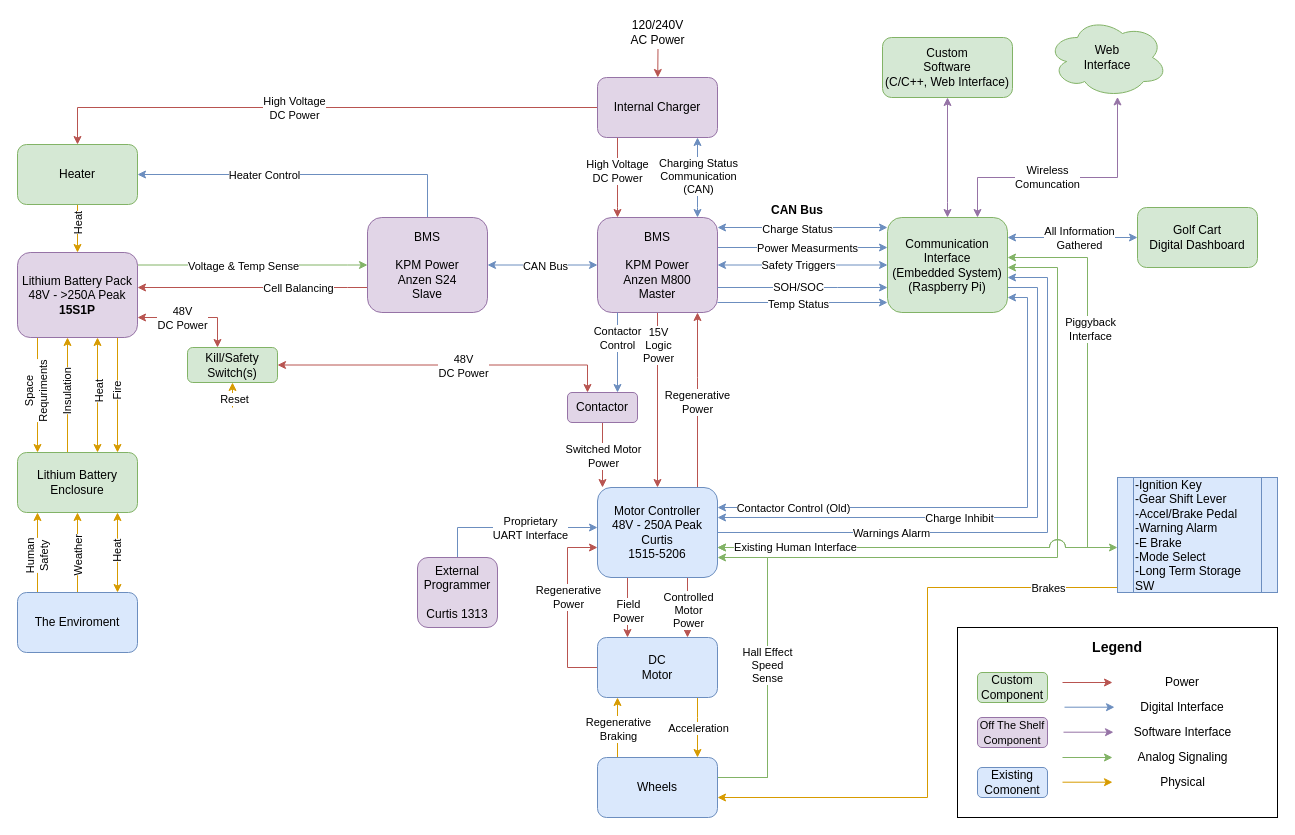
This is Diagrams/FSD v1.1.drawio from khallman97/ENG4000, a draw.io file, before an edit. Source tidied: cells renumbered, new cells numbered last; positions are measured from the earlier drawing's top-left corner, leaving out a move shared by most shapes. Both pictures are drawn from the tidied source at 100%, with x=0, y=0 at pixel (17, 17).
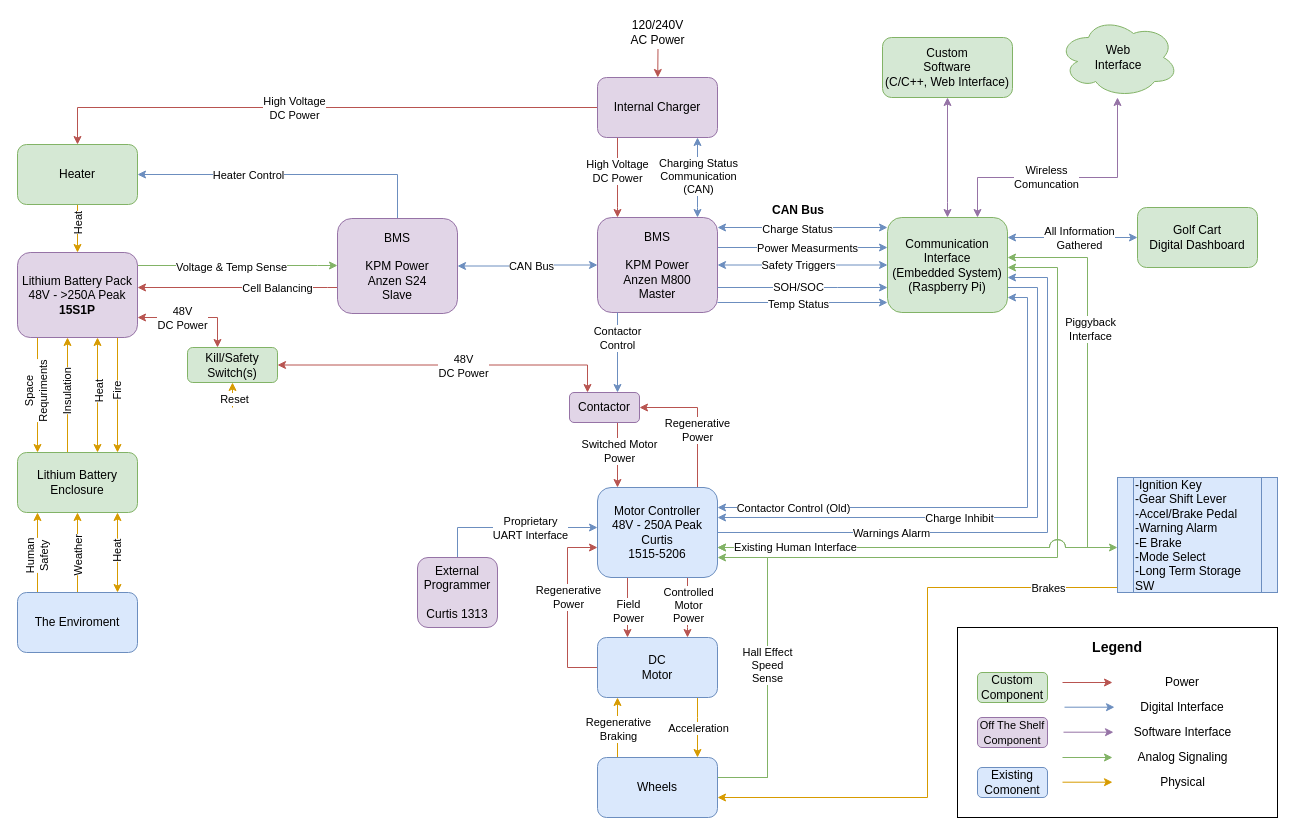
The same page after the edit.

The change refers to these unchanged cells:
```xml
<mxCell id="15" value="&lt;div&gt;Lithium Battery Pack&lt;/div&gt;&lt;div&gt;48V - &amp;gt;250A Peak&lt;/div&gt;&lt;div&gt;&lt;b&gt;15S1P&lt;/b&gt;&lt;br&gt;&lt;/div&gt;" style="rounded=1;whiteSpace=wrap;html=1;fillColor=#e1d5e7;strokeColor=#9673a6;" parent="1" vertex="1">
  <mxGeometry y="235" width="120" height="85" as="geometry" />
</mxCell>
<mxCell id="28" value="&lt;div&gt;BMS&lt;/div&gt;&lt;div&gt;&lt;br&gt;&lt;/div&gt;&lt;div&gt;KPM Power&lt;br&gt;&lt;/div&gt;&lt;div&gt;Anzen M800&lt;/div&gt;&lt;div&gt;Master&lt;br&gt;&lt;/div&gt;" style="rounded=1;whiteSpace=wrap;html=1;fillColor=#e1d5e7;strokeColor=#9673a6;" parent="1" vertex="1">
  <mxGeometry x="580" y="200" width="120" height="95" as="geometry" />
</mxCell>
<mxCell id="53" style="edgeStyle=orthogonalEdgeStyle;rounded=0;jettySize=auto;html=1;startArrow=none;startFill=0;endArrow=classic;endFill=1;fillColor=#f8cecc;strokeColor=#b85450;" parent="1" edge="1" source="63" target="70">
  <mxGeometry relative="1" as="geometry">
    <Array as="points">
      <mxPoint x="670" y="610" />
      <mxPoint x="670" y="610" />
    </Array>
  </mxGeometry>
</mxCell>
<mxCell id="63" value="&lt;div&gt;Motor Controller&lt;/div&gt;&lt;div&gt;48V - 250A Peak&lt;br&gt;&lt;/div&gt;&lt;div&gt;Curtis&lt;/div&gt;&lt;div&gt;1515-5206&lt;br&gt;&lt;/div&gt;" style="rounded=1;whiteSpace=wrap;html=1;fillColor=#dae8fc;strokeColor=#6c8ebf;" parent="1" vertex="1">
  <mxGeometry x="580" y="470" width="120" height="90" as="geometry" />
</mxCell>
<mxCell id="82" value="&lt;div&gt;Heater&lt;br&gt;&lt;/div&gt;" style="rounded=1;whiteSpace=wrap;html=1;fillColor=#d5e8d4;strokeColor=#82b366;" parent="1" vertex="1">
  <mxGeometry y="127" width="120" height="60" as="geometry" />
</mxCell>
```

What changed in the source:
```diff
@@
-    <mxCell id="5" style="edgeStyle=orthogonalEdgeStyle;rounded=0;jettySize=auto;html=1;fillColor=#d5e8d4;strokeColor=#82b366;entryX=0;entryY=0.5;entryDx=0;entryDy=0;" parent="1" edge="1" source="15" target="120">
+    <mxCell id="5" style="edgeStyle=orthogonalEdgeStyle;rounded=0;jettySize=auto;html=1;fillColor=#d5e8d4;strokeColor=#82b366;" parent="1" edge="1" source="15" target="120">
       <mxGeometry relative="1" as="geometry">
         <Array as="points">
-          <mxPoint x="330" y="248" />
+          <mxPoint x="300" y="248" />
+          <mxPoint x="300" y="248" />
         </Array>
       </mxGeometry>
     </mxCell>
@@
-    <mxCell id="24" style="edgeStyle=orthogonalEdgeStyle;rounded=0;jumpStyle=arc;jettySize=auto;html=1;startArrow=none;startFill=0;endArrow=classic;endFill=1;fillColor=#f8cecc;strokeColor=#b85450;" parent="1" edge="1" source="28" target="63">
-      <mxGeometry relative="1" as="geometry">
-        <Array as="points">
-          <mxPoint x="640" y="370" />
-          <mxPoint x="640" y="370" />
-        </Array>
-      </mxGeometry>
-    </mxCell>
-    <mxCell id="25" value="&lt;div&gt;15V&lt;br&gt;&lt;/div&gt;&lt;div&gt;Logic&lt;/div&gt;&lt;div&gt;Power&lt;br&gt;&lt;/div&gt;" style="edgeLabel;html=1;align=center;verticalAlign=middle;" parent="24" vertex="1">
-      <mxGeometry x="0.25" y="-1" relative="1" as="geometry">
-        <mxPoint x="1" y="-77" as="offset" />
-      </mxGeometry>
-    </mxCell>
     <mxCell id="26" style="edgeStyle=orthogonalEdgeStyle;rounded=0;jumpStyle=arc;jettySize=auto;html=1;startArrow=none;startFill=0;endArrow=classic;endFill=1;fillColor=#dae8fc;strokeColor=#6c8ebf;" parent="1" edge="1" source="120" target="82">
       <mxGeometry relative="1" as="geometry">
         <Array as="points">
-          <mxPoint x="410" y="157" />
+          <mxPoint x="380" y="157" />
         </Array>
       </mxGeometry>
     </mxCell>
@@
     <mxCell id="54" value="&lt;div&gt;Controlled&lt;br&gt;&lt;/div&gt;&lt;div&gt;Motor&lt;/div&gt;&lt;div&gt;Power&lt;/div&gt;" style="edgeLabel;html=1;align=center;verticalAlign=middle;" parent="53" vertex="1">
       <mxGeometry x="-0.27" relative="1" as="geometry">
-        <mxPoint y="10.9" as="offset" />
+        <mxPoint y="5.9" as="offset" />
       </mxGeometry>
     </mxCell>
-    <mxCell id="55" style="edgeStyle=orthogonalEdgeStyle;rounded=0;sketch=0;jettySize=auto;html=1;startArrow=none;startFill=0;endArrow=classic;endFill=1;fillColor=#f8cecc;strokeColor=#b85450;" parent="1" edge="1" source="63" target="28">
+    <mxCell id="55" style="edgeStyle=orthogonalEdgeStyle;rounded=0;sketch=0;jettySize=auto;html=1;startArrow=none;startFill=0;endArrow=classic;endFill=1;fillColor=#f8cecc;strokeColor=#b85450;entryX=1;entryY=0.5;entryDx=0;entryDy=0;" parent="1" edge="1" source="63" target="109">
       <mxGeometry relative="1" as="geometry">
         <Array as="points">
-          <mxPoint x="680" y="360" />
-          <mxPoint x="680" y="360" />
+          <mxPoint x="680" y="390" />
         </Array>
       </mxGeometry>
     </mxCell>
     <mxCell id="56" value="&lt;div&gt;Regenerative&lt;/div&gt;&lt;div&gt;Power&lt;br&gt;&lt;/div&gt;" style="edgeLabel;html=1;align=center;verticalAlign=middle;" parent="55" vertex="1">
       <mxGeometry x="-0.08" y="3" relative="1" as="geometry">
-        <mxPoint x="2" y="-4.7" as="offset" />
+        <mxPoint x="2" y="5.3" as="offset" />
       </mxGeometry>
     </mxCell>
@@
     <mxCell id="107" style="edgeStyle=orthogonalEdgeStyle;rounded=0;jumpStyle=arc;jettySize=auto;html=1;startArrow=none;startFill=0;endArrow=classic;endFill=1;fillColor=#f8cecc;strokeColor=#b85450;" parent="1" edge="1" source="109" target="63">
       <mxGeometry relative="1" as="geometry">
         <Array as="points">
-          <mxPoint x="590" y="405" />
+          <mxPoint x="600" y="420" />
+          <mxPoint x="600" y="420" />
         </Array>
       </mxGeometry>
     </mxCell>
     <mxCell id="108" value="&lt;div&gt;Switched Motor&lt;/div&gt;&lt;div&gt;Power&lt;br&gt;&lt;/div&gt;" style="edgeLabel;html=1;align=center;verticalAlign=middle;" parent="107" vertex="1">
       <mxGeometry x="0.6" y="-21" relative="1" as="geometry">
-        <mxPoint x="21" y="-18.2" as="offset" />
+        <mxPoint x="22" y="-23.2" as="offset" />
       </mxGeometry>
     </mxCell>
     <mxCell id="109" value="Contactor" style="rounded=1;whiteSpace=wrap;html=1;align=center;fillColor=#e1d5e7;strokeColor=#9673a6;" parent="1" vertex="1">
-      <mxGeometry x="550" y="375" width="70" height="30" as="geometry" />
+      <mxGeometry x="552" y="375" width="70" height="30" as="geometry" />
     </mxCell>
@@
     <mxCell id="116" style="edgeStyle=orthogonalEdgeStyle;rounded=0;jumpSize=16;jettySize=auto;html=1;startArrow=none;startFill=0;fillColor=#f8cecc;strokeColor=#b85450;" parent="1" edge="1" source="120" target="15">
       <mxGeometry relative="1" as="geometry">
         <Array as="points">
-          <mxPoint x="330" y="270" />
-          <mxPoint x="330" y="270" />
+          <mxPoint x="310" y="270" />
+          <mxPoint x="310" y="270" />
         </Array>
       </mxGeometry>
     </mxCell>
@@
     <mxCell id="120" value="&lt;div&gt;BMS&lt;/div&gt;&lt;div&gt;&lt;br&gt;&lt;/div&gt;&lt;div&gt;KPM Power&lt;br&gt;&lt;/div&gt;&lt;div&gt;Anzen S24&lt;/div&gt;&lt;div&gt;Slave&lt;br&gt;&lt;/div&gt;" style="rounded=1;whiteSpace=wrap;html=1;fillColor=#e1d5e7;strokeColor=#9673a6;" parent="1" vertex="1">
-      <mxGeometry x="350" y="200" width="120" height="95" as="geometry" />
+      <mxGeometry x="320" y="201" width="120" height="95" as="geometry" />
     </mxCell>
@@
     <mxCell id="123" value="&lt;b&gt;CAN Bus&lt;/b&gt;" style="text;html=1;strokeColor=none;fillColor=none;align=center;verticalAlign=middle;whiteSpace=wrap;rounded=0;" parent="1" vertex="1">
-      <mxGeometry x="750" y="183" width="60" height="20" as="geometry" />
+      <mxGeometry x="751" y="183" width="60" height="20" as="geometry" />
     </mxCell>
     <mxCell id="124" value="&lt;div&gt;Web &lt;br&gt;&lt;/div&gt;&lt;div&gt;Interface&lt;/div&gt;" style="ellipse;shape=cloud;whiteSpace=wrap;html=1;fillColor=#d5e8d4;strokeColor=#82b366;" parent="1" vertex="1">
-      <mxGeometry x="1030" width="120" height="80" as="geometry" />
+      <mxGeometry x="1041" width="120" height="80" as="geometry" />
     </mxCell>
```
